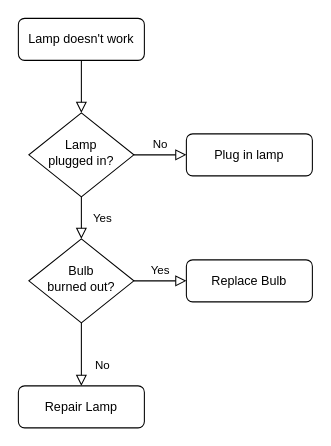
The draw.io diagram Untitled Diagram.drawio in germsyg/draw, before the edit. Source tidied: cells renumbered, new cells numbered last; positions are measured from the earlier drawing's top-left corner, leaving out a move shared by most shapes. Both pictures are drawn from the tidied source at 105%, with x=0, y=0 at pixel (18, 18).
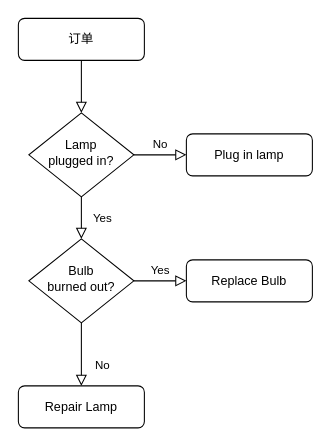
After the change.

What changed in the source:
```diff
@@
 <mxGraphModel>
   <root>
     <mxCell id="0" />
     <mxCell id="1" parent="0" />
     <mxCell id="2" style="rounded=0;html=1;jettySize=auto;fontSize=11;endArrow=block;endFill=0;endSize=8;strokeWidth=1;shadow=0;labelBackgroundColor=none;edgeStyle=orthogonalEdgeStyle;" parent="1" edge="1" source="3" target="6">
       <mxGeometry relative="1" as="geometry" />
     </mxCell>
-    <mxCell id="3" value="Lamp doesn't work" style="rounded=1;whiteSpace=wrap;html=1;fontSize=12;glass=0;strokeWidth=1;shadow=0;" parent="1" vertex="1">
+    <mxCell id="3" value="订单" style="rounded=1;whiteSpace=wrap;html=1;fontSize=12;glass=0;strokeWidth=1;shadow=0;" parent="1" vertex="1">
       <mxGeometry width="120" height="40" as="geometry" />
     </mxCell>
     <mxCell id="4" value="Yes" style="rounded=0;html=1;jettySize=auto;fontSize=11;endArrow=block;endFill=0;endSize=8;strokeWidth=1;shadow=0;labelBackgroundColor=none;edgeStyle=orthogonalEdgeStyle;" parent="1" edge="1" source="6" target="10">
       <mxGeometry y="20" relative="1" as="geometry" />
     </mxCell>
     <mxCell id="5" value="No" style="edgeStyle=orthogonalEdgeStyle;rounded=0;html=1;jettySize=auto;fontSize=11;endArrow=block;endFill=0;endSize=8;strokeWidth=1;shadow=0;labelBackgroundColor=none;" parent="1" edge="1" source="6" target="7">
       <mxGeometry y="10" relative="1" as="geometry" />
     </mxCell>
     <mxCell id="6" value="Lamp&lt;br&gt;plugged in?" style="rhombus;whiteSpace=wrap;html=1;shadow=0;fontFamily=Helvetica;fontSize=12;align=center;strokeWidth=1;spacing=6;spacingTop=-4;" parent="1" vertex="1">
       <mxGeometry x="10" y="90" width="100" height="80" as="geometry" />
     </mxCell>
     <mxCell id="7" value="Plug in lamp" style="rounded=1;whiteSpace=wrap;html=1;fontSize=12;glass=0;strokeWidth=1;shadow=0;" parent="1" vertex="1">
       <mxGeometry x="160" y="110" width="120" height="40" as="geometry" />
     </mxCell>
     <mxCell id="8" value="No" style="rounded=0;html=1;jettySize=auto;fontSize=11;endArrow=block;endFill=0;endSize=8;strokeWidth=1;shadow=0;labelBackgroundColor=none;edgeStyle=orthogonalEdgeStyle;" parent="1" edge="1" source="10" target="11">
       <mxGeometry x="0.33" y="20" relative="1" as="geometry" />
     </mxCell>
     <mxCell id="9" value="Yes" style="edgeStyle=orthogonalEdgeStyle;rounded=0;html=1;jettySize=auto;fontSize=11;endArrow=block;endFill=0;endSize=8;strokeWidth=1;shadow=0;labelBackgroundColor=none;" parent="1" edge="1" source="10" target="12">
       <mxGeometry y="10" relative="1" as="geometry" />
     </mxCell>
     <mxCell id="10" value="Bulb&lt;br&gt;burned out?" style="rhombus;whiteSpace=wrap;html=1;shadow=0;fontFamily=Helvetica;fontSize=12;align=center;strokeWidth=1;spacing=6;spacingTop=-4;" parent="1" vertex="1">
       <mxGeometry x="10" y="210" width="100" height="80" as="geometry" />
     </mxCell>
     <mxCell id="11" value="Repair Lamp" style="rounded=1;whiteSpace=wrap;html=1;fontSize=12;glass=0;strokeWidth=1;shadow=0;" parent="1" vertex="1">
       <mxGeometry y="350" width="120" height="40" as="geometry" />
     </mxCell>
     <mxCell id="12" value="Replace Bulb" style="rounded=1;whiteSpace=wrap;html=1;fontSize=12;glass=0;strokeWidth=1;shadow=0;" parent="1" vertex="1">
       <mxGeometry x="160" y="230" width="120" height="40" as="geometry" />
     </mxCell>
   </root>
 </mxGraphModel>
```
